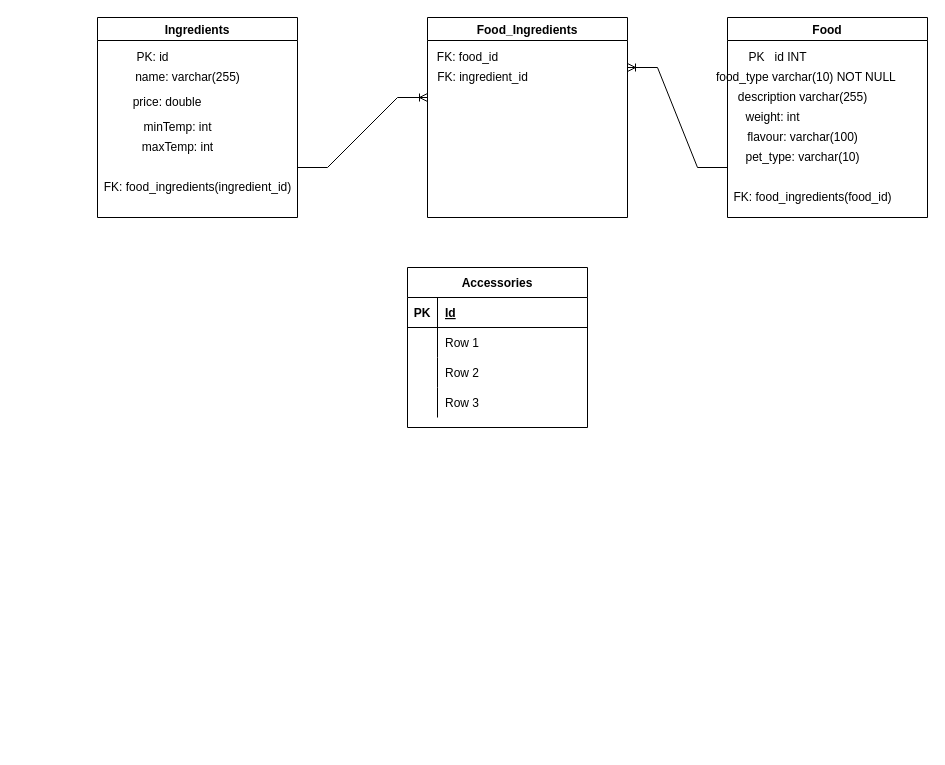
Before: Untitled Diagram.drawio in TicoiuLucian/MyFirstSpringRestApp, a draw.io diagram. Source tidied: cells renumbered, new cells numbered last; positions are measured from the earlier drawing's top-left corner, leaving out a move shared by most shapes. Both pictures are drawn from the tidied source at 100%, with x=0, y=0 at pixel (97, 17).
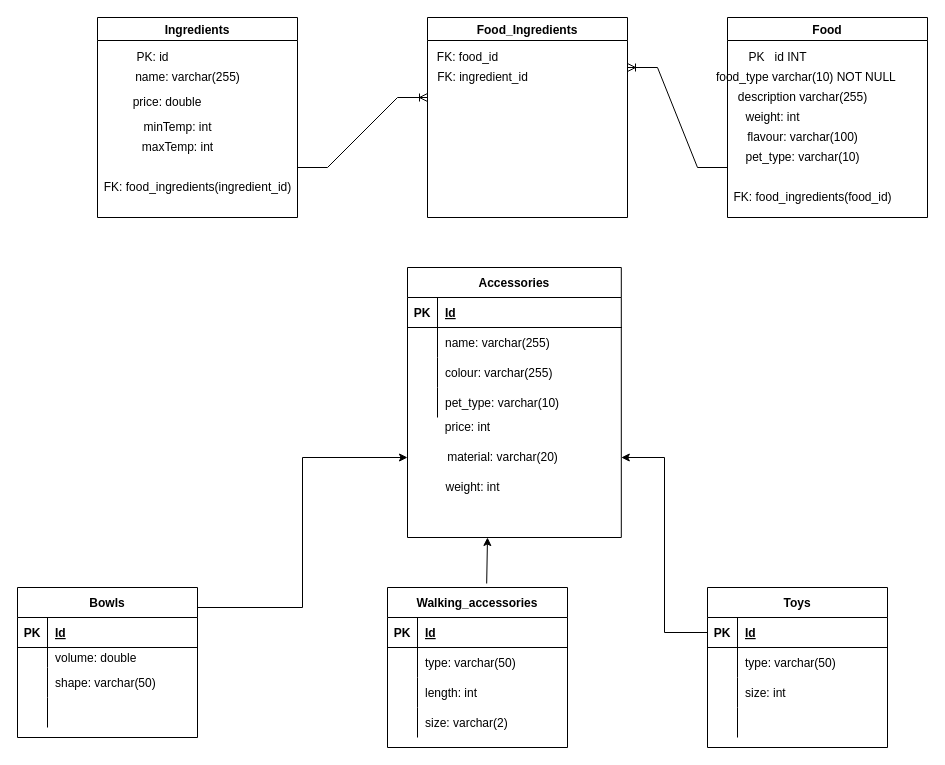
Above is the later version.

Diff of the diagram source:
```diff
@@
     <mxCell id="22" value="Accessories" style="shape=table;startSize=30;childLayout=tableLayout;rowLines=0;fontStyle=1;align=center;" parent="1" vertex="1">
-      <mxGeometry x="310" y="250" width="180" height="160" as="geometry" />
+      <mxGeometry x="310" y="250" width="213.8" height="270" as="geometry" />
     </mxCell>
     <mxCell id="23" style="shape=tableRow;horizontal=0;startSize=0;swimlaneHead=0;swimlaneBody=0;fillColor=none;top=0;left=0;right=0;bottom=1;" parent="22" vertex="1">
-      <mxGeometry y="30" width="180" height="30" as="geometry" />
+      <mxGeometry y="30" width="213.8" height="30" as="geometry" />
     </mxCell>
@@
     <mxCell id="25" value="Id" style="shape=partialRectangle;fillColor=none;top=0;left=0;bottom=0;right=0;align=left;spacingLeft=6;fontStyle=5;overflow=hidden;" parent="23" vertex="1">
-      <mxGeometry x="30" width="150" height="30" as="geometry" />
+      <mxGeometry x="30" width="183.8" height="30" as="geometry" />
     </mxCell>
     <mxCell id="26" style="shape=tableRow;horizontal=0;startSize=0;swimlaneHead=0;swimlaneBody=0;fillColor=none;top=0;left=0;right=0;bottom=0;" parent="22" vertex="1">
-      <mxGeometry y="60" width="180" height="30" as="geometry" />
+      <mxGeometry y="60" width="213.8" height="30" as="geometry" />
     </mxCell>
@@
-    <mxCell id="28" value="Row 1" style="shape=partialRectangle;fillColor=none;top=0;left=0;bottom=0;right=0;align=left;spacingLeft=6;overflow=hidden;" parent="26" vertex="1">
-      <mxGeometry x="30" width="150" height="30" as="geometry" />
+    <mxCell id="28" value="name: varchar(255)" style="shape=partialRectangle;fillColor=none;top=0;left=0;bottom=0;right=0;align=left;spacingLeft=6;overflow=hidden;" parent="26" vertex="1">
+      <mxGeometry x="30" width="183.8" height="30" as="geometry" />
     </mxCell>
     <mxCell id="29" style="shape=tableRow;horizontal=0;startSize=0;swimlaneHead=0;swimlaneBody=0;fillColor=none;top=0;left=0;right=0;bottom=0;" parent="22" vertex="1">
-      <mxGeometry y="90" width="180" height="30" as="geometry" />
+      <mxGeometry y="90" width="213.8" height="30" as="geometry" />
     </mxCell>
@@
-    <mxCell id="31" value="Row 2" style="shape=partialRectangle;fillColor=none;top=0;left=0;bottom=0;right=0;align=left;spacingLeft=6;overflow=hidden;" parent="29" vertex="1">
-      <mxGeometry x="30" width="150" height="30" as="geometry" />
+    <mxCell id="31" value="colour: varchar(255)" style="shape=partialRectangle;fillColor=none;top=0;left=0;bottom=0;right=0;align=left;spacingLeft=6;overflow=hidden;" parent="29" vertex="1">
+      <mxGeometry x="30" width="183.8" height="30" as="geometry" />
     </mxCell>
     <mxCell id="32" style="shape=tableRow;horizontal=0;startSize=0;swimlaneHead=0;swimlaneBody=0;fillColor=none;top=0;left=0;right=0;bottom=0;" parent="22" vertex="1">
-      <mxGeometry y="120" width="180" height="30" as="geometry" />
+      <mxGeometry y="120" width="213.8" height="30" as="geometry" />
     </mxCell>
@@
-    <mxCell id="34" value="Row 3" style="shape=partialRectangle;fillColor=none;top=0;left=0;bottom=0;right=0;align=left;spacingLeft=6;overflow=hidden;" parent="32" vertex="1">
-      <mxGeometry x="30" width="150" height="30" as="geometry" />
+    <mxCell id="34" value="pet_type: varchar(10)" style="shape=partialRectangle;fillColor=none;top=0;left=0;bottom=0;right=0;align=left;spacingLeft=6;overflow=hidden;" parent="32" vertex="1">
+      <mxGeometry x="30" width="183.8" height="30" as="geometry" />
     </mxCell>
+    <mxCell id="35" value="price: int" style="text;html=1;align=center;verticalAlign=middle;strokeColor=none;fillColor=none;" parent="1" vertex="1">
+      <mxGeometry x="340" y="400" width="60" height="20" as="geometry" />
+    </mxCell>
+    <mxCell id="36" value="Bowls" style="shape=table;startSize=30;childLayout=tableLayout;rowLines=0;fontStyle=1;align=center;" parent="1" vertex="1">
+      <mxGeometry x="-80" y="570" width="180" height="150" as="geometry" />
+    </mxCell>
+    <mxCell id="37" style="shape=tableRow;horizontal=0;startSize=0;swimlaneHead=0;swimlaneBody=0;fillColor=none;top=0;left=0;right=0;bottom=1;" parent="36" vertex="1">
+      <mxGeometry y="30" width="180" height="30" as="geometry" />
+    </mxCell>
+    <mxCell id="38" value="PK" style="shape=partialRectangle;fillColor=none;top=0;left=0;bottom=0;right=0;fontStyle=1;overflow=hidden;" parent="37" vertex="1">
+      <mxGeometry width="30" height="30" as="geometry" />
+    </mxCell>
+    <mxCell id="39" value="Id" style="shape=partialRectangle;fillColor=none;top=0;left=0;bottom=0;right=0;align=left;spacingLeft=6;fontStyle=5;overflow=hidden;" parent="37" vertex="1">
+      <mxGeometry x="30" width="150" height="30" as="geometry" />
+    </mxCell>
+    <mxCell id="40" style="shape=tableRow;horizontal=0;startSize=0;swimlaneHead=0;swimlaneBody=0;fillColor=none;top=0;left=0;right=0;bottom=0;" parent="36" vertex="1">
+      <mxGeometry y="60" width="180" height="20" as="geometry" />
+    </mxCell>
+    <mxCell id="41" style="shape=partialRectangle;fillColor=none;top=0;left=0;bottom=0;right=0;overflow=hidden;" parent="40" vertex="1">
+      <mxGeometry width="30" height="20" as="geometry" />
+    </mxCell>
+    <mxCell id="42" value="volume: double" style="shape=partialRectangle;fillColor=none;top=0;left=0;bottom=0;right=0;align=left;spacingLeft=6;overflow=hidden;" parent="40" vertex="1">
+      <mxGeometry x="30" width="150" height="20" as="geometry" />
+    </mxCell>
+    <mxCell id="43" style="shape=tableRow;horizontal=0;startSize=0;swimlaneHead=0;swimlaneBody=0;fillColor=none;top=0;left=0;right=0;bottom=0;" parent="36" vertex="1">
+      <mxGeometry y="80" width="180" height="30" as="geometry" />
+    </mxCell>
+    <mxCell id="44" style="shape=partialRectangle;fillColor=none;top=0;left=0;bottom=0;right=0;overflow=hidden;" parent="43" vertex="1">
+      <mxGeometry width="30" height="30" as="geometry" />
+    </mxCell>
+    <mxCell id="45" value="shape: varchar(50)" style="shape=partialRectangle;fillColor=none;top=0;left=0;bottom=0;right=0;align=left;spacingLeft=6;overflow=hidden;" parent="43" vertex="1">
+      <mxGeometry x="30" width="150" height="30" as="geometry" />
+    </mxCell>
+    <mxCell id="46" style="shape=tableRow;horizontal=0;startSize=0;swimlaneHead=0;swimlaneBody=0;fillColor=none;top=0;left=0;right=0;bottom=0;" parent="36" vertex="1">
+      <mxGeometry y="110" width="180" height="30" as="geometry" />
+    </mxCell>
+    <mxCell id="47" style="shape=partialRectangle;fillColor=none;top=0;left=0;bottom=0;right=0;overflow=hidden;" parent="46" vertex="1">
+      <mxGeometry width="30" height="30" as="geometry" />
+    </mxCell>
+    <mxCell id="48" style="shape=partialRectangle;fillColor=none;top=0;left=0;bottom=0;right=0;align=left;spacingLeft=6;overflow=hidden;" parent="46" vertex="1">
+      <mxGeometry x="30" width="150" height="30" as="geometry" />
+    </mxCell>
+    <mxCell id="49" value="&lt;span style=&quot;text-align: left&quot;&gt;material: varchar(20)&lt;/span&gt;" style="text;html=1;align=center;verticalAlign=middle;strokeColor=none;fillColor=none;" parent="1" vertex="1">
+      <mxGeometry x="340" y="430" width="130" height="20" as="geometry" />
+    </mxCell>
+    <mxCell id="50" value="weight: int" style="text;html=1;align=center;verticalAlign=middle;strokeColor=none;fillColor=none;" parent="1" vertex="1">
+      <mxGeometry x="340" y="460" width="70" height="20" as="geometry" />
+    </mxCell>
+    <mxCell id="51" value="Walking_accessories" style="shape=table;startSize=30;childLayout=tableLayout;rowLines=0;fontStyle=1;align=center;" parent="1" vertex="1">
+      <mxGeometry x="290" y="570" width="180" height="160" as="geometry" />
+    </mxCell>
+    <mxCell id="52" style="shape=tableRow;horizontal=0;startSize=0;swimlaneHead=0;swimlaneBody=0;fillColor=none;top=0;left=0;right=0;bottom=1;" parent="51" vertex="1">
+      <mxGeometry y="30" width="180" height="30" as="geometry" />
+    </mxCell>
+    <mxCell id="53" value="PK" style="shape=partialRectangle;fillColor=none;top=0;left=0;bottom=0;right=0;fontStyle=1;overflow=hidden;" parent="52" vertex="1">
+      <mxGeometry width="30" height="30" as="geometry" />
+    </mxCell>
+    <mxCell id="54" value="Id" style="shape=partialRectangle;fillColor=none;top=0;left=0;bottom=0;right=0;align=left;spacingLeft=6;fontStyle=5;overflow=hidden;" parent="52" vertex="1">
+      <mxGeometry x="30" width="150" height="30" as="geometry" />
+    </mxCell>
+    <mxCell id="55" style="shape=tableRow;horizontal=0;startSize=0;swimlaneHead=0;swimlaneBody=0;fillColor=none;top=0;left=0;right=0;bottom=0;" parent="51" vertex="1">
+      <mxGeometry y="60" width="180" height="30" as="geometry" />
+    </mxCell>
+    <mxCell id="56" style="shape=partialRectangle;fillColor=none;top=0;left=0;bottom=0;right=0;overflow=hidden;" parent="55" vertex="1">
+      <mxGeometry width="30" height="30" as="geometry" />
+    </mxCell>
+    <mxCell id="57" value="type: varchar(50)" style="shape=partialRectangle;fillColor=none;top=0;left=0;bottom=0;right=0;align=left;spacingLeft=6;overflow=hidden;" parent="55" vertex="1">
+      <mxGeometry x="30" width="150" height="30" as="geometry" />
+    </mxCell>
+    <mxCell id="58" style="shape=tableRow;horizontal=0;startSize=0;swimlaneHead=0;swimlaneBody=0;fillColor=none;top=0;left=0;right=0;bottom=0;" parent="51" vertex="1">
+      <mxGeometry y="90" width="180" height="30" as="geometry" />
+    </mxCell>
+    <mxCell id="59" style="shape=partialRectangle;fillColor=none;top=0;left=0;bottom=0;right=0;overflow=hidden;" parent="58" vertex="1">
+      <mxGeometry width="30" height="30" as="geometry" />
+    </mxCell>
+    <mxCell id="60" value="length: int" style="shape=partialRectangle;fillColor=none;top=0;left=0;bottom=0;right=0;align=left;spacingLeft=6;overflow=hidden;" parent="58" vertex="1">
+      <mxGeometry x="30" width="150" height="30" as="geometry" />
+    </mxCell>
+    <mxCell id="61" style="shape=tableRow;horizontal=0;startSize=0;swimlaneHead=0;swimlaneBody=0;fillColor=none;top=0;left=0;right=0;bottom=0;" parent="51" vertex="1">
+      <mxGeometry y="120" width="180" height="30" as="geometry" />
+    </mxCell>
+    <mxCell id="62" style="shape=partialRectangle;fillColor=none;top=0;left=0;bottom=0;right=0;overflow=hidden;" parent="61" vertex="1">
+      <mxGeometry width="30" height="30" as="geometry" />
+    </mxCell>
+    <mxCell id="63" value="size: varchar(2)" style="shape=partialRectangle;fillColor=none;top=0;left=0;bottom=0;right=0;align=left;spacingLeft=6;overflow=hidden;" parent="61" vertex="1">
+      <mxGeometry x="30" width="150" height="30" as="geometry" />
+    </mxCell>
+    <mxCell id="64" value="Toys" style="shape=table;startSize=30;childLayout=tableLayout;rowLines=0;fontStyle=1;align=center;" parent="1" vertex="1">
+      <mxGeometry x="610" y="570" width="180" height="160" as="geometry" />
+    </mxCell>
+    <mxCell id="65" style="shape=tableRow;horizontal=0;startSize=0;swimlaneHead=0;swimlaneBody=0;fillColor=none;points=[[0,0.5],[1,0.5]];portConstraint=eastwest;top=0;left=0;right=0;bottom=1;" parent="64" vertex="1">
+      <mxGeometry y="30" width="180" height="30" as="geometry" />
+    </mxCell>
+    <mxCell id="66" value="PK" style="shape=partialRectangle;fillColor=none;top=0;left=0;bottom=0;right=0;fontStyle=1;overflow=hidden;" parent="65" vertex="1">
+      <mxGeometry width="30" height="30" as="geometry" />
+    </mxCell>
+    <mxCell id="67" value="Id" style="shape=partialRectangle;fillColor=none;top=0;left=0;bottom=0;right=0;align=left;spacingLeft=6;fontStyle=5;overflow=hidden;" parent="65" vertex="1">
+      <mxGeometry x="30" width="150" height="30" as="geometry" />
+    </mxCell>
+    <mxCell id="68" style="shape=tableRow;horizontal=0;startSize=0;swimlaneHead=0;swimlaneBody=0;fillColor=none;top=0;left=0;right=0;bottom=0;" parent="64" vertex="1">
+      <mxGeometry y="60" width="180" height="30" as="geometry" />
+    </mxCell>
+    <mxCell id="69" style="shape=partialRectangle;fillColor=none;top=0;left=0;bottom=0;right=0;overflow=hidden;" parent="68" vertex="1">
+      <mxGeometry width="30" height="30" as="geometry" />
+    </mxCell>
+    <mxCell id="70" value="type: varchar(50)" style="shape=partialRectangle;fillColor=none;top=0;left=0;bottom=0;right=0;align=left;spacingLeft=6;overflow=hidden;" parent="68" vertex="1">
+      <mxGeometry x="30" width="150" height="30" as="geometry" />
+    </mxCell>
+    <mxCell id="71" style="shape=tableRow;horizontal=0;startSize=0;swimlaneHead=0;swimlaneBody=0;fillColor=none;top=0;left=0;right=0;bottom=0;" parent="64" vertex="1">
+      <mxGeometry y="90" width="180" height="30" as="geometry" />
+    </mxCell>
+    <mxCell id="72" style="shape=partialRectangle;fillColor=none;top=0;left=0;bottom=0;right=0;overflow=hidden;" parent="71" vertex="1">
+      <mxGeometry width="30" height="30" as="geometry" />
+    </mxCell>
+    <mxCell id="73" value="size: int" style="shape=partialRectangle;fillColor=none;top=0;left=0;bottom=0;right=0;align=left;spacingLeft=6;overflow=hidden;" parent="71" vertex="1">
+      <mxGeometry x="30" width="150" height="30" as="geometry" />
+    </mxCell>
+    <mxCell id="74" style="shape=tableRow;horizontal=0;startSize=0;swimlaneHead=0;swimlaneBody=0;fillColor=none;top=0;left=0;right=0;bottom=0;" parent="64" vertex="1">
+      <mxGeometry y="120" width="180" height="30" as="geometry" />
+    </mxCell>
+    <mxCell id="75" style="shape=partialRectangle;fillColor=none;top=0;left=0;bottom=0;right=0;overflow=hidden;" parent="74" vertex="1">
+      <mxGeometry width="30" height="30" as="geometry" />
+    </mxCell>
+    <mxCell id="76" style="shape=partialRectangle;fillColor=none;top=0;left=0;bottom=0;right=0;align=left;spacingLeft=6;overflow=hidden;" parent="74" vertex="1">
+      <mxGeometry x="30" width="150" height="30" as="geometry" />
+    </mxCell>
+    <mxCell id="77" style="edgeStyle=elbowEdgeStyle;elbow=horizontal;endArrow=classic;html=1;rounded=0;" parent="1" edge="1">
+      <mxGeometry relative="1" as="geometry">
+        <mxPoint x="100" y="590" as="sourcePoint" />
+        <mxPoint x="310" y="440" as="targetPoint" />
+      </mxGeometry>
+    </mxCell>
+    <mxCell id="78" style="edgeStyle=elbowEdgeStyle;elbow=horizontal;endArrow=classic;html=1;rounded=0;exitX=0;exitY=0.5;exitDx=0;exitDy=0;" parent="1" edge="1" source="65">
+      <mxGeometry relative="1" as="geometry">
+        <mxPoint x="523.8" y="440" as="targetPoint" />
+      </mxGeometry>
+    </mxCell>
+    <mxCell id="79" style="endArrow=classic;html=1;rounded=0;exitX=0.551;exitY=-0.025;exitDx=0;exitDy=0;exitPerimeter=0;" parent="1" edge="1" source="51">
+      <mxGeometry relative="1" as="geometry">
+        <mxPoint x="390" y="520" as="targetPoint" />
+      </mxGeometry>
+    </mxCell>
```
